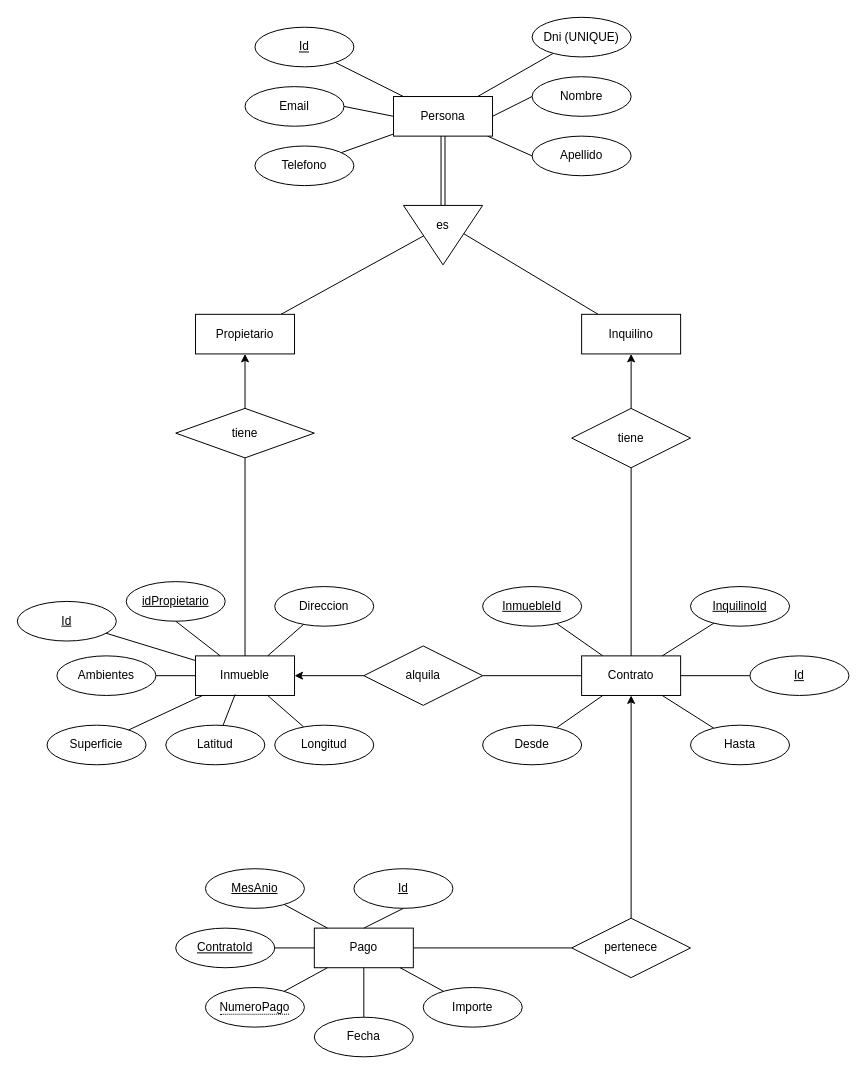
This is Diagrama Entidad Relacion/inmobiliariaGrosso.drawio from MalcoGrosso/inmobiliariaGrosso, a draw.io file, before an edit. Source tidied: cells renumbered, new cells numbered last; positions are measured from the earlier drawing's top-left corner, leaving out a move shared by most shapes. Both pictures are drawn from the tidied source at 99%, with x=0, y=0 at pixel (17, 17).
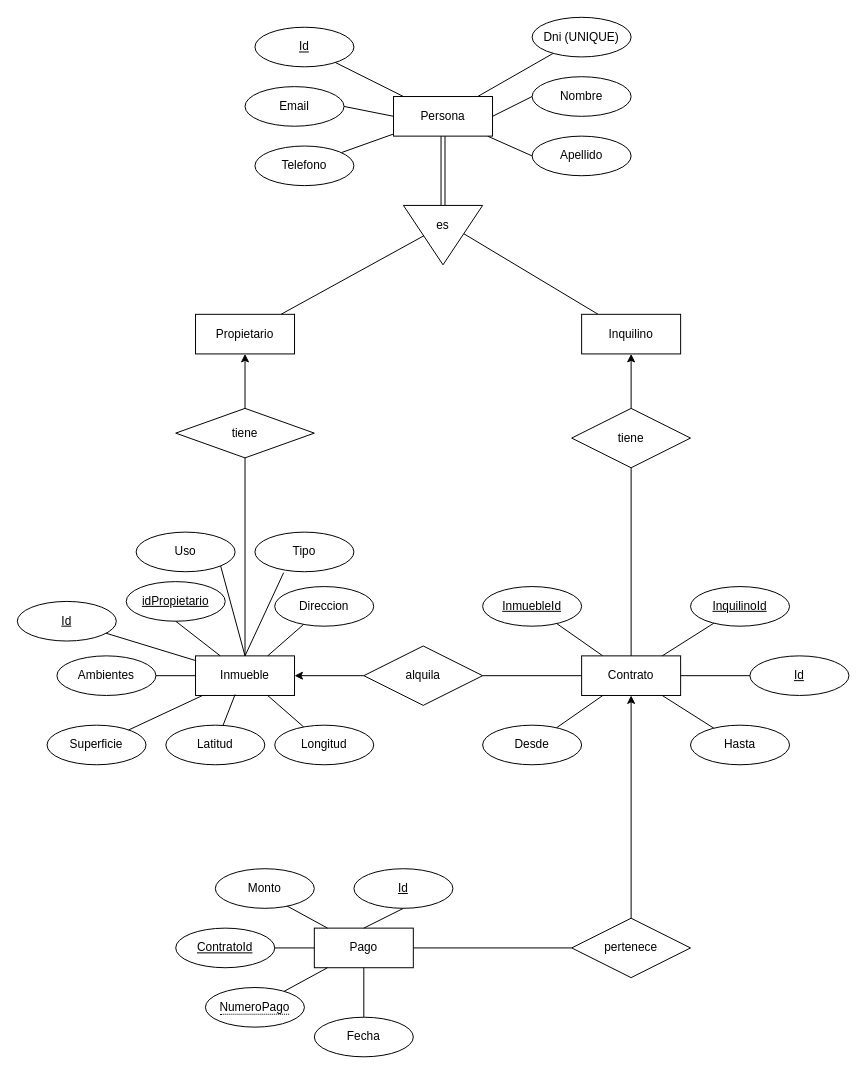
The same page after the edit.

The change refers to these unchanged cells:
```xml
<mxCell id="8" value="Inmueble" style="whiteSpace=wrap;html=1;align=center;" parent="1" vertex="1">
  <mxGeometry x="180" y="645" width="100" height="40" as="geometry" />
</mxCell>
<mxCell id="12" value="Pago" style="whiteSpace=wrap;html=1;align=center;" parent="1" vertex="1">
  <mxGeometry x="300" y="920" width="100" height="40" as="geometry" />
</mxCell>
```

Change to the diagram source:
```diff
@@
-    <mxCell id="24" style="edgeStyle=none;rounded=0;jettySize=auto;html=1;endArrow=none;" parent="1" edge="1" source="12" target="31">
-      <mxGeometry relative="1" as="geometry" />
+    <mxCell id="24" style="edgeStyle=none;rounded=0;jettySize=auto;html=1;endArrow=none;" parent="1" edge="1" source="12">
+      <mxGeometry relative="1" as="geometry">
+        <mxPoint x="269.6" y="896.1" as="targetPoint" />
+      </mxGeometry>
     </mxCell>
@@
-    <mxCell id="31" value="MesAnio" style="ellipse;whiteSpace=wrap;html=1;align=center;fontStyle=4;" parent="1" vertex="1">
-      <mxGeometry x="190" y="860" width="100" height="40" as="geometry" />
-    </mxCell>
@@
-    <mxCell id="54" style="edgeStyle=none;rounded=0;jettySize=auto;html=1;endArrow=none;" parent="1" edge="1" source="55" target="12">
-      <mxGeometry relative="1" as="geometry" />
-    </mxCell>
-    <mxCell id="55" value="Importe" style="ellipse;whiteSpace=wrap;html=1;align=center;" parent="1" vertex="1">
-      <mxGeometry x="410" y="980" width="100" height="40" as="geometry" />
-    </mxCell>
@@
+    <mxCell id="73" value="Uso" style="ellipse;whiteSpace=wrap;html=1;align=center;" parent="1" vertex="1">
+      <mxGeometry x="120" y="520" width="100" height="40" as="geometry" />
+    </mxCell>
+    <mxCell id="74" value="Tipo" style="ellipse;whiteSpace=wrap;html=1;align=center;" parent="1" vertex="1">
+      <mxGeometry x="240" y="520" width="100" height="40" as="geometry" />
+    </mxCell>
+    <mxCell id="75" style="edgeStyle=none;rounded=0;jettySize=auto;html=1;endArrow=none;exitX=0.5;exitY=0;exitDx=0;exitDy=0;entryX=0.29;entryY=1.025;entryDx=0;entryDy=0;entryPerimeter=0;" parent="1" edge="1" source="8" target="74">
+      <mxGeometry relative="1" as="geometry" />
+    </mxCell>
+    <mxCell id="76" style="edgeStyle=none;rounded=0;jettySize=auto;html=1;endArrow=none;exitX=0.5;exitY=0;exitDx=0;exitDy=0;entryX=1;entryY=1;entryDx=0;entryDy=0;" parent="1" edge="1" source="8" target="73">
+      <mxGeometry relative="1" as="geometry" />
+    </mxCell>
+    <mxCell id="77" value="Monto" style="ellipse;whiteSpace=wrap;html=1;align=center;" parent="1" vertex="1">
+      <mxGeometry x="200" y="860" width="100" height="40" as="geometry" />
+    </mxCell>
```
